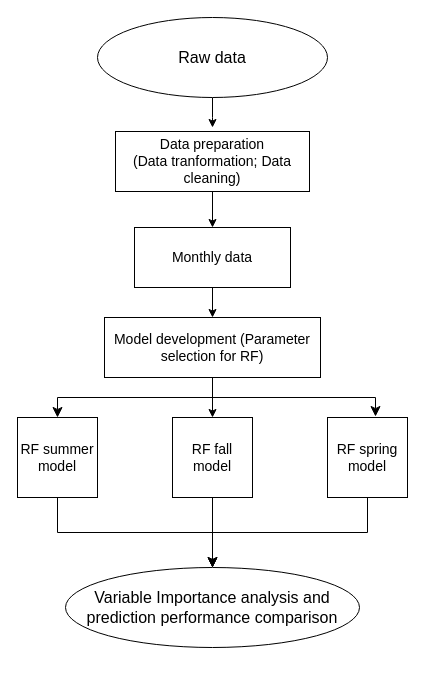
bekzod-amonov/Software-Engineering keeps this draw.io diagram as Schematic-outline.drawio. Above is the earlier version. Source tidied: cells renumbered, new cells numbered last; positions are measured from the earlier drawing's top-left corner, leaving out a move shared by most shapes. Both pictures are drawn from the tidied source at 100%, with x=0, y=0 at pixel (17, 17).
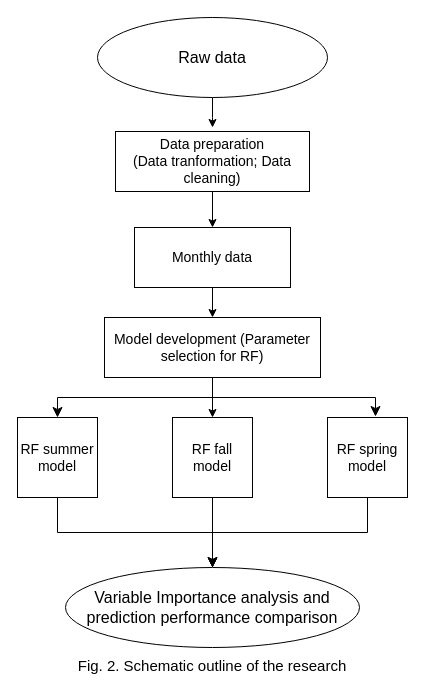
The same diagram, later.

Diff of the diagram source:
```diff
@@
+    <mxCell id="19" value="&lt;font style=&quot;font-size: 15px;&quot;&gt;Fig. 2. Schematic outline of the research&lt;/font&gt;" style="text;html=1;align=center;verticalAlign=middle;whiteSpace=wrap;rounded=0;" parent="1" vertex="1">
+      <mxGeometry x="50" y="633" width="290" height="30" as="geometry" />
+    </mxCell>
```
